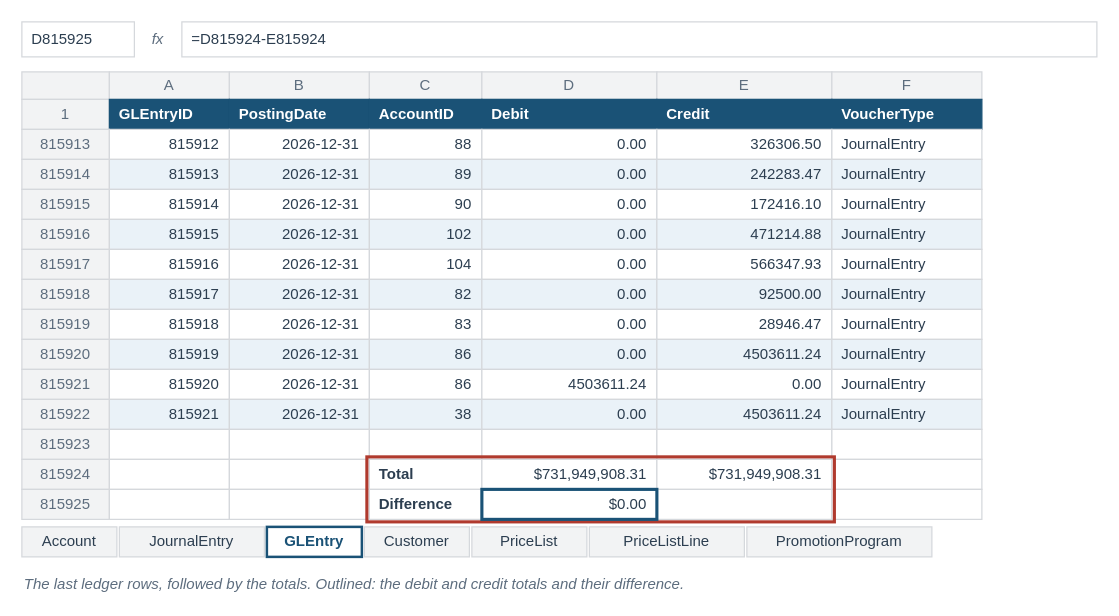
Above: visuals/src/fig-02-07-glentry-debit-credit-sum.drawio in mmcodesso/Accounting_Analytics_Book (draw.io), before the change. Source tidied: cells renumbered, new cells numbered last; positions are measured from the earlier drawing's top-left corner, leaving out a move shared by most shapes. Both pictures are drawn from the tidied source at 125%, with x=0, y=0 at pixel (21, 21).
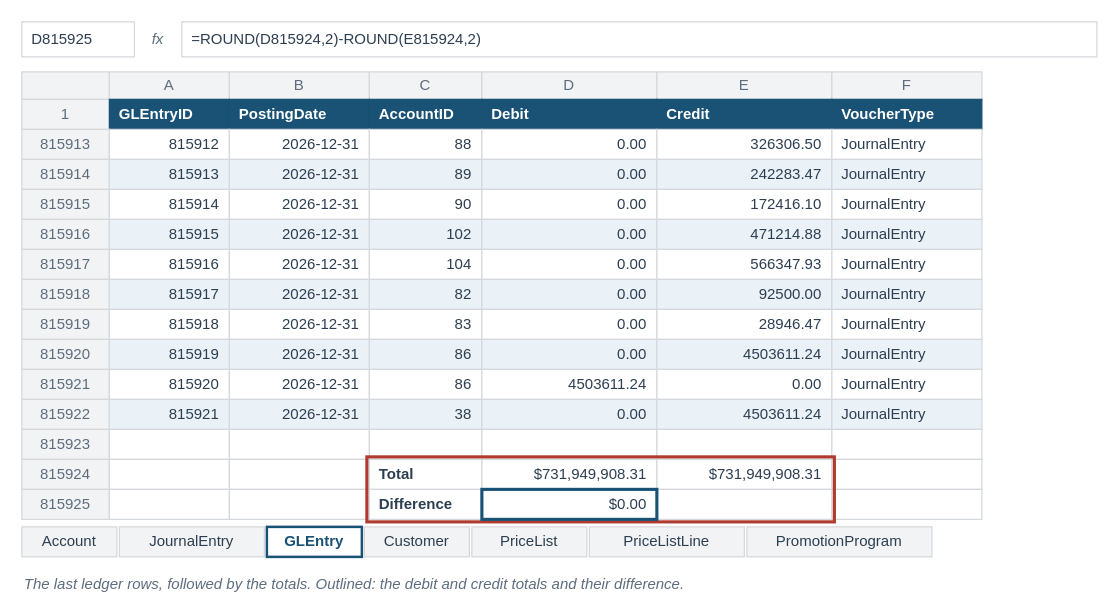
Above is the later version.

Diff of the diagram source:
```diff
@@
-    <mxCell id="5" value="=D815924-E815924" style="rounded=0;arcSize=6;whiteSpace=wrap;html=1;fillColor=#FFFFFF;strokeColor=#D5D8DC;strokeWidth=1;fontColor=#2C3E50;fontSize=12;fontStyle=0;align=left;verticalAlign=middle;fontFamily=Helvetica;spacingLeft=6;spacingRight=6;" parent="1" vertex="1">
+    <mxCell id="5" value="=ROUND(D815924,2)-ROUND(E815924,2)" style="rounded=0;arcSize=6;whiteSpace=wrap;html=1;fillColor=#FFFFFF;strokeColor=#D5D8DC;strokeWidth=1;fontColor=#2C3E50;fontSize=12;fontStyle=0;align=left;verticalAlign=middle;fontFamily=Helvetica;spacingLeft=6;spacingRight=6;" parent="1" vertex="1">
       <mxGeometry x="128" width="732" height="28" as="geometry" />
     </mxCell>
```
